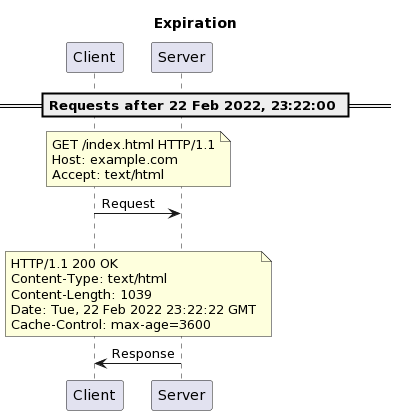
Before: 23-caching-and-performance/images/expiration-model-part-3.png, a diagram exported from PlantUML (heig-vd-dai-course/heig-vd-dai-course). Source of this version:
```plantuml
@startuml
title "Expiration"

participant Client
participant Server

== Requests after 22 Feb 2022, 23:22:00 ==

note over Client, Server
GET /index.html HTTP/1.1
Host: example.com
Accept: text/html
end note
Client -> Server: Request

|||

note over Client, Server
HTTP/1.1 200 OK
Content-Type: text/html
Content-Length: 1039
Date: Tue, 22 Feb 2022 23:22:22 GMT
Cache-Control: max-age=3600
end note
Server -> Client: Response
@enduml
```
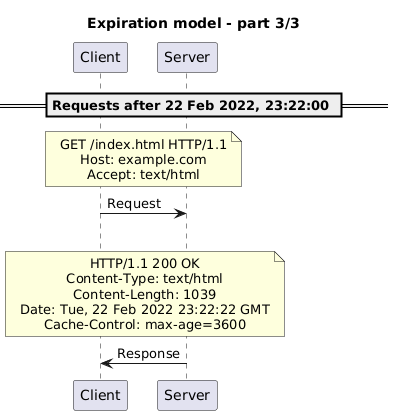
After the commit.

The edit, as a diff of the source:
```diff
@@ -1,26 +1,32 @@
 @startuml
-title "Expiration"
+skinparam boxPadding 100
+skinparam maxMessageSize 150
+skinparam noteTextAlignment center
+skinparam sequenceMessageAlign direction
+skinparam wrapWidth 250
 
-participant Client
-participant Server
+title "Expiration model - part 3/3"
+
+participant Client as client
+participant Server as server
 
 == Requests after 22 Feb 2022, 23:22:00 ==
 
-note over Client, Server
+note over client, server
 GET /index.html HTTP/1.1
 Host: example.com
 Accept: text/html
 end note
-Client -> Server: Request
+client -> server: Request
 
 |||
 
-note over Client, Server
+note over client, server
 HTTP/1.1 200 OK
 Content-Type: text/html
 Content-Length: 1039
 Date: Tue, 22 Feb 2022 23:22:22 GMT
 Cache-Control: max-age=3600
 end note
-Server -> Client: Response
+server -> client: Response
 @enduml
```
